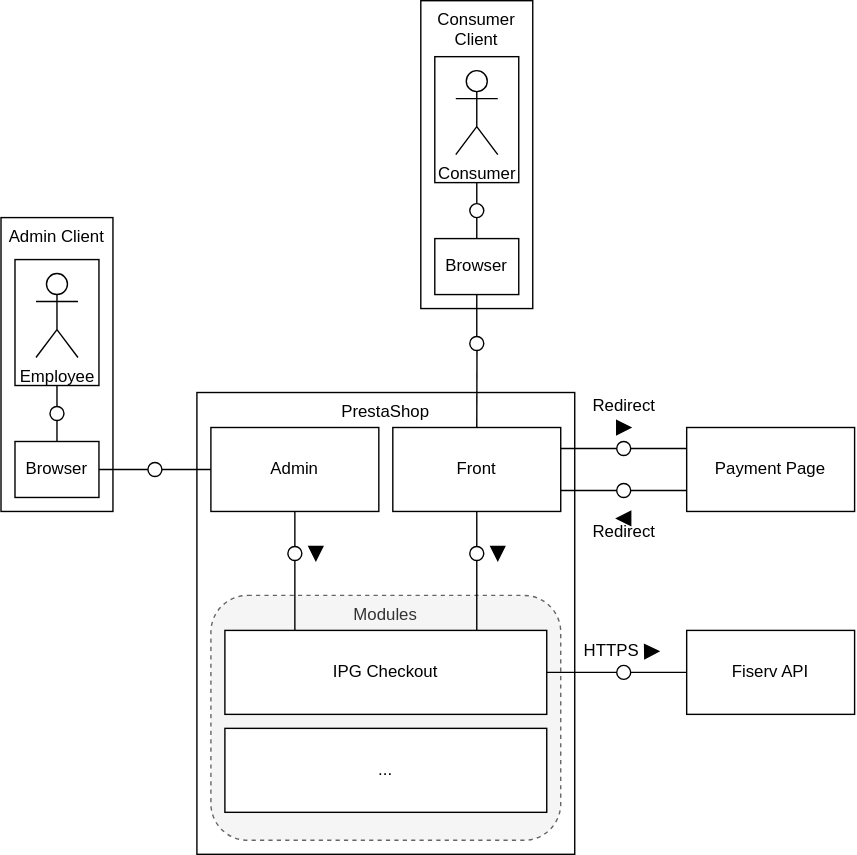
karrycgi/presta keeps this draw.io diagram as documentation/assets/overview.drawio.svg. Above is the earlier version. Source tidied: cells renumbered, new cells last; positions are measured from the earlier drawing's top-left corner, leaving out a move shared by most shapes.
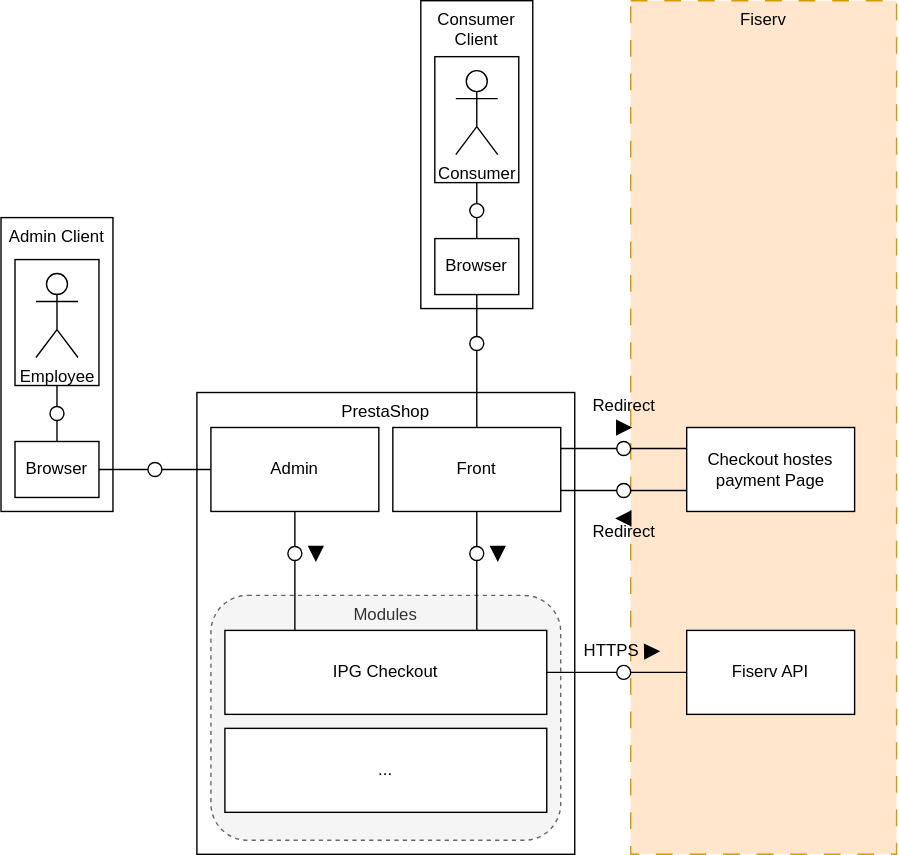
Above is the later version.

Commit message:
Added component diagram

Change to the diagram source:
```diff
@@ -2,6 +2,9 @@
   <root>
     <mxCell id="0" />
     <mxCell id="1" parent="0" />
+    <mxCell id="53" value="Fiserv" style="rounded=0;whiteSpace=wrap;html=1;fillColor=#ffe6cc;strokeColor=#d79b00;dashed=1;dashPattern=12 12;verticalAlign=top;" parent="1" vertex="1">
+      <mxGeometry x="450" width="190" height="610" as="geometry" />
+    </mxCell>
     <mxCell id="2" value="Front" style="rounded=0;whiteSpace=wrap;html=1;" parent="1" vertex="1">
       <mxGeometry x="150" y="450" width="120" height="60" as="geometry" />
     </mxCell>
@@ -119,7 +122,7 @@
     <mxCell id="40" style="ellipse;whiteSpace=wrap;html=1;" parent="1" vertex="1">
       <mxGeometry x="335" y="240" width="10" height="10" as="geometry" />
     </mxCell>
-    <mxCell id="41" value="Payment Page" style="rounded=0;whiteSpace=wrap;html=1;" parent="1" vertex="1">
+    <mxCell id="41" value="Checkout hostes payment Page" style="rounded=0;whiteSpace=wrap;html=1;" parent="1" vertex="1">
       <mxGeometry x="490" y="305" width="120" height="60" as="geometry" />
     </mxCell>
     <mxCell id="42" style="ellipse;whiteSpace=wrap;html=1;" parent="1" vertex="1">
```
